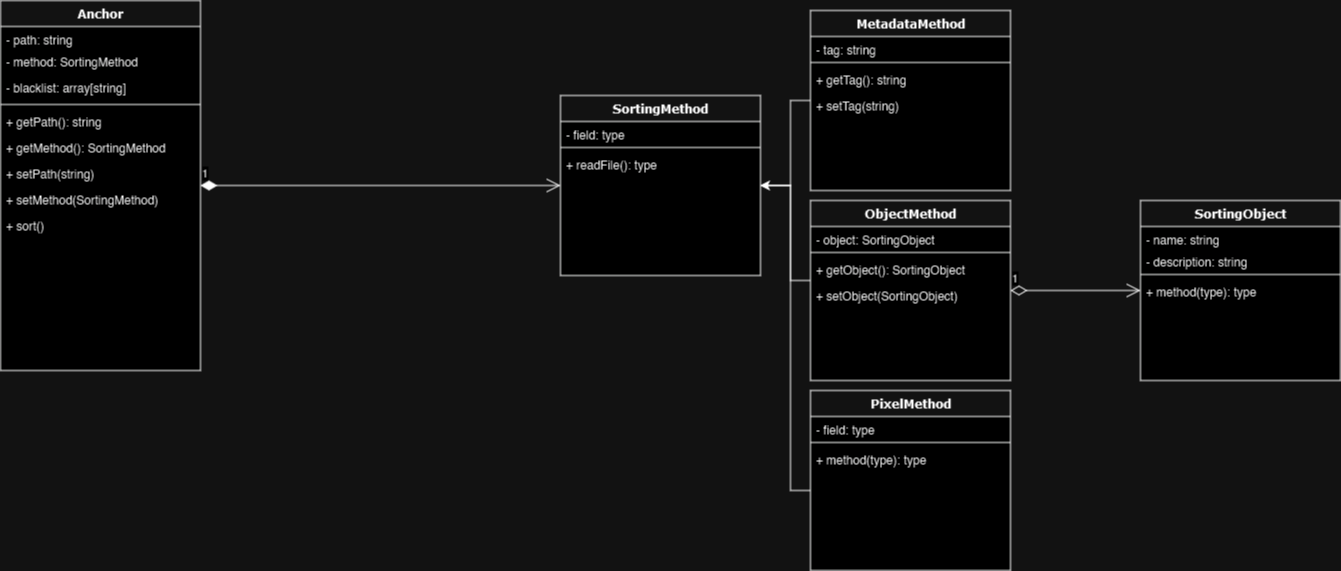
The draw.io diagram assets/ShutterSort-Class-Diagram.png in m-riley04/ShutterSort, before a commit. Source tidied: cells renumbered, new cells last; positions are measured from the earlier drawing's top-left corner, leaving out a move shared by most shapes. Source of this version:
```xml
<mxGraphModel>
  <root>
    <mxCell id="0" />
    <mxCell id="1" parent="0" />
    <mxCell id="2" value="Anchor" style="swimlane;html=1;fontStyle=1;align=center;verticalAlign=top;horizontal=1;startSize=26;swimlaneFillColor=#ffffff;rounded=0;shadow=0;comic=0;labelBackgroundColor=none;strokeWidth=1;fillColor=none;fontFamily=Verdana;fontSize=12;" parent="1" vertex="1">
      <mxGeometry width="200" height="370" as="geometry" />
    </mxCell>
    <mxCell id="3" value="- path: string&lt;span style=&quot;white-space: pre;&quot;&gt;&#9;&lt;/span&gt;" style="text;html=1;strokeColor=none;fillColor=none;align=left;verticalAlign=top;spacingLeft=4;spacingRight=4;whiteSpace=wrap;overflow=hidden;" parent="2" vertex="1">
      <mxGeometry y="26" width="200" height="22" as="geometry" />
    </mxCell>
    <mxCell id="4" value="- method: SortingMethod" style="text;html=1;strokeColor=none;fillColor=none;align=left;verticalAlign=top;spacingLeft=4;spacingRight=4;whiteSpace=wrap;overflow=hidden;" parent="2" vertex="1">
      <mxGeometry y="48" width="200" height="26" as="geometry" />
    </mxCell>
    <mxCell id="5" value="- blacklist: array[string]" style="text;html=1;strokeColor=none;fillColor=none;align=left;verticalAlign=top;spacingLeft=4;spacingRight=4;whiteSpace=wrap;overflow=hidden;" parent="2" vertex="1">
      <mxGeometry y="74" width="200" height="26" as="geometry" />
    </mxCell>
    <mxCell id="6" style="line;html=1;strokeWidth=1;fillColor=none;align=left;verticalAlign=middle;spacingTop=-1;spacingLeft=3;spacingRight=3;labelPosition=right;" parent="2" vertex="1">
      <mxGeometry y="100" width="200" height="8" as="geometry" />
    </mxCell>
    <mxCell id="7" value="+ getPath(): string" style="text;html=1;strokeColor=none;fillColor=none;align=left;verticalAlign=top;spacingLeft=4;spacingRight=4;whiteSpace=wrap;overflow=hidden;" parent="2" vertex="1">
      <mxGeometry y="108" width="200" height="26" as="geometry" />
    </mxCell>
    <mxCell id="8" value="+ getMethod(): SortingMethod" style="text;html=1;strokeColor=none;fillColor=none;align=left;verticalAlign=top;spacingLeft=4;spacingRight=4;whiteSpace=wrap;overflow=hidden;" parent="2" vertex="1">
      <mxGeometry y="134" width="200" height="26" as="geometry" />
    </mxCell>
    <mxCell id="9" value="+ setPath(string)" style="text;html=1;strokeColor=none;fillColor=none;align=left;verticalAlign=top;spacingLeft=4;spacingRight=4;whiteSpace=wrap;overflow=hidden;" parent="2" vertex="1">
      <mxGeometry y="160" width="200" height="26" as="geometry" />
    </mxCell>
    <mxCell id="10" value="+ setMethod(SortingMethod)" style="text;html=1;strokeColor=none;fillColor=none;align=left;verticalAlign=top;spacingLeft=4;spacingRight=4;whiteSpace=wrap;overflow=hidden;" parent="2" vertex="1">
      <mxGeometry y="186" width="200" height="26" as="geometry" />
    </mxCell>
    <mxCell id="11" value="&lt;div&gt;+ sort()&lt;/div&gt;" style="text;html=1;strokeColor=none;fillColor=none;align=left;verticalAlign=top;spacingLeft=4;spacingRight=4;whiteSpace=wrap;overflow=hidden;" parent="2" vertex="1">
      <mxGeometry y="212" width="200" height="26" as="geometry" />
    </mxCell>
    <mxCell id="12" style="edgeStyle=orthogonalEdgeStyle;rounded=0;jettySize=auto;html=1;" parent="1" edge="1" source="19" target="15">
      <mxGeometry relative="1" as="geometry">
        <Array as="points">
          <mxPoint x="790" y="100" />
          <mxPoint x="790" y="185" />
        </Array>
      </mxGeometry>
    </mxCell>
    <mxCell id="13" style="edgeStyle=orthogonalEdgeStyle;rounded=0;jettySize=auto;html=1;" parent="1" edge="1" source="24" target="15">
      <mxGeometry relative="1" as="geometry">
        <Array as="points">
          <mxPoint x="790" y="280" />
          <mxPoint x="790" y="185" />
        </Array>
      </mxGeometry>
    </mxCell>
    <mxCell id="14" style="edgeStyle=orthogonalEdgeStyle;rounded=0;jettySize=auto;html=1;" parent="1" edge="1" source="29" target="15">
      <mxGeometry relative="1" as="geometry">
        <Array as="points">
          <mxPoint x="790" y="490" />
          <mxPoint x="790" y="185" />
        </Array>
      </mxGeometry>
    </mxCell>
    <mxCell id="15" value="SortingMethod" style="swimlane;html=1;fontStyle=1;align=center;verticalAlign=top;horizontal=1;startSize=26;swimlaneFillColor=#ffffff;rounded=0;shadow=0;comic=0;labelBackgroundColor=none;strokeWidth=1;fillColor=none;fontFamily=Verdana;fontSize=12;" parent="1" vertex="1">
      <mxGeometry x="560" y="95" width="200" height="180" as="geometry" />
    </mxCell>
    <mxCell id="16" value="- field: type" style="text;html=1;strokeColor=none;fillColor=none;align=left;verticalAlign=top;spacingLeft=4;spacingRight=4;whiteSpace=wrap;overflow=hidden;" parent="15" vertex="1">
      <mxGeometry y="26" width="200" height="22" as="geometry" />
    </mxCell>
    <mxCell id="17" style="line;html=1;strokeWidth=1;fillColor=none;align=left;verticalAlign=middle;spacingTop=-1;spacingLeft=3;spacingRight=3;labelPosition=right;" parent="15" vertex="1">
      <mxGeometry y="48" width="200" height="8" as="geometry" />
    </mxCell>
    <mxCell id="18" value="+ readFile(): type" style="text;html=1;strokeColor=none;fillColor=none;align=left;verticalAlign=top;spacingLeft=4;spacingRight=4;whiteSpace=wrap;overflow=hidden;" parent="15" vertex="1">
      <mxGeometry y="56" width="200" height="26" as="geometry" />
    </mxCell>
    <mxCell id="19" value="MetadataMethod" style="swimlane;html=1;fontStyle=1;align=center;verticalAlign=top;horizontal=1;startSize=26;swimlaneFillColor=#ffffff;rounded=0;shadow=0;comic=0;labelBackgroundColor=none;strokeWidth=1;fillColor=none;fontFamily=Verdana;fontSize=12;" parent="1" vertex="1">
      <mxGeometry x="810" y="10" width="200" height="180" as="geometry" />
    </mxCell>
    <mxCell id="20" value="- tag: string&lt;span style=&quot;white-space: pre;&quot;&gt;&#9;&lt;/span&gt;" style="text;html=1;strokeColor=none;fillColor=none;align=left;verticalAlign=top;spacingLeft=4;spacingRight=4;whiteSpace=wrap;overflow=hidden;" parent="19" vertex="1">
      <mxGeometry y="26" width="200" height="22" as="geometry" />
    </mxCell>
    <mxCell id="21" style="line;html=1;strokeWidth=1;fillColor=none;align=left;verticalAlign=middle;spacingTop=-1;spacingLeft=3;spacingRight=3;labelPosition=right;" parent="19" vertex="1">
      <mxGeometry y="48" width="200" height="8" as="geometry" />
    </mxCell>
    <mxCell id="22" value="&lt;div&gt;+ getTag(): string&lt;/div&gt;" style="text;html=1;strokeColor=none;fillColor=none;align=left;verticalAlign=top;spacingLeft=4;spacingRight=4;whiteSpace=wrap;overflow=hidden;" parent="19" vertex="1">
      <mxGeometry y="56" width="200" height="26" as="geometry" />
    </mxCell>
    <mxCell id="23" value="&lt;div&gt;+ setTag(string)&lt;br&gt;&lt;/div&gt;" style="text;html=1;strokeColor=none;fillColor=none;align=left;verticalAlign=top;spacingLeft=4;spacingRight=4;whiteSpace=wrap;overflow=hidden;" parent="19" vertex="1">
      <mxGeometry y="82" width="200" height="26" as="geometry" />
    </mxCell>
    <mxCell id="24" value="ObjectMethod" style="swimlane;html=1;fontStyle=1;align=center;verticalAlign=top;horizontal=1;startSize=26;swimlaneFillColor=#ffffff;rounded=0;shadow=0;comic=0;labelBackgroundColor=none;strokeWidth=1;fillColor=none;fontFamily=Verdana;fontSize=12;" parent="1" vertex="1">
      <mxGeometry x="810" y="200" width="200" height="180" as="geometry" />
    </mxCell>
    <mxCell id="25" value="- object: SortingObject" style="text;html=1;strokeColor=none;fillColor=none;align=left;verticalAlign=top;spacingLeft=4;spacingRight=4;whiteSpace=wrap;overflow=hidden;" parent="24" vertex="1">
      <mxGeometry y="26" width="200" height="22" as="geometry" />
    </mxCell>
    <mxCell id="26" style="line;html=1;strokeWidth=1;fillColor=none;align=left;verticalAlign=middle;spacingTop=-1;spacingLeft=3;spacingRight=3;labelPosition=right;" parent="24" vertex="1">
      <mxGeometry y="48" width="200" height="8" as="geometry" />
    </mxCell>
    <mxCell id="27" value="+ getObject(): SortingObject" style="text;html=1;strokeColor=none;fillColor=none;align=left;verticalAlign=top;spacingLeft=4;spacingRight=4;whiteSpace=wrap;overflow=hidden;" parent="24" vertex="1">
      <mxGeometry y="56" width="200" height="26" as="geometry" />
    </mxCell>
    <mxCell id="28" value="&lt;div&gt;+ setObject(SortingObject)&lt;/div&gt;" style="text;html=1;strokeColor=none;fillColor=none;align=left;verticalAlign=top;spacingLeft=4;spacingRight=4;whiteSpace=wrap;overflow=hidden;" parent="24" vertex="1">
      <mxGeometry y="82" width="200" height="26" as="geometry" />
    </mxCell>
    <mxCell id="29" value="PixelMethod" style="swimlane;html=1;fontStyle=1;align=center;verticalAlign=top;horizontal=1;startSize=26;swimlaneFillColor=#ffffff;rounded=0;shadow=0;comic=0;labelBackgroundColor=none;strokeWidth=1;fillColor=none;fontFamily=Verdana;fontSize=12;" parent="1" vertex="1">
      <mxGeometry x="810" y="390" width="200" height="180" as="geometry" />
    </mxCell>
    <mxCell id="30" value="- field: type" style="text;html=1;strokeColor=none;fillColor=none;align=left;verticalAlign=top;spacingLeft=4;spacingRight=4;whiteSpace=wrap;overflow=hidden;" parent="29" vertex="1">
      <mxGeometry y="26" width="200" height="22" as="geometry" />
    </mxCell>
    <mxCell id="31" style="line;html=1;strokeWidth=1;fillColor=none;align=left;verticalAlign=middle;spacingTop=-1;spacingLeft=3;spacingRight=3;labelPosition=right;" parent="29" vertex="1">
      <mxGeometry y="48" width="200" height="8" as="geometry" />
    </mxCell>
    <mxCell id="32" value="+ method(type): type" style="text;html=1;strokeColor=none;fillColor=none;align=left;verticalAlign=top;spacingLeft=4;spacingRight=4;whiteSpace=wrap;overflow=hidden;" parent="29" vertex="1">
      <mxGeometry y="56" width="200" height="26" as="geometry" />
    </mxCell>
    <mxCell id="33" value="1" style="endArrow=open;html=1;endSize=12;startArrow=diamondThin;startSize=14;startFill=1;edgeStyle=orthogonalEdgeStyle;align=left;verticalAlign=bottom;rounded=0;" parent="1" edge="1" source="2" target="15">
      <mxGeometry x="-1" y="3" relative="1" as="geometry" />
    </mxCell>
    <mxCell id="34" value="SortingObject" style="swimlane;html=1;fontStyle=1;align=center;verticalAlign=top;horizontal=1;startSize=26;swimlaneFillColor=#ffffff;rounded=0;shadow=0;comic=0;labelBackgroundColor=none;strokeWidth=1;fillColor=none;fontFamily=Verdana;fontSize=12;" parent="1" vertex="1">
      <mxGeometry x="1140" y="200" width="200" height="180" as="geometry" />
    </mxCell>
    <mxCell id="35" value="- name: string&lt;span style=&quot;white-space: pre;&quot;&gt;&#9;&lt;/span&gt;" style="text;html=1;strokeColor=none;fillColor=none;align=left;verticalAlign=top;spacingLeft=4;spacingRight=4;whiteSpace=wrap;overflow=hidden;" parent="34" vertex="1">
      <mxGeometry y="26" width="200" height="22" as="geometry" />
    </mxCell>
    <mxCell id="36" value="- description: string&lt;span style=&quot;white-space: pre;&quot;&gt;&#9;&lt;/span&gt;" style="text;html=1;strokeColor=none;fillColor=none;align=left;verticalAlign=top;spacingLeft=4;spacingRight=4;whiteSpace=wrap;overflow=hidden;" parent="34" vertex="1">
      <mxGeometry y="48" width="200" height="22" as="geometry" />
    </mxCell>
    <mxCell id="37" style="line;html=1;strokeWidth=1;fillColor=none;align=left;verticalAlign=middle;spacingTop=-1;spacingLeft=3;spacingRight=3;labelPosition=right;" parent="34" vertex="1">
      <mxGeometry y="70" width="200" height="8" as="geometry" />
    </mxCell>
    <mxCell id="38" value="+ method(type): type" style="text;html=1;strokeColor=none;fillColor=none;align=left;verticalAlign=top;spacingLeft=4;spacingRight=4;whiteSpace=wrap;overflow=hidden;" parent="34" vertex="1">
      <mxGeometry y="78" width="200" height="26" as="geometry" />
    </mxCell>
    <mxCell id="39" value="1" style="endArrow=open;html=1;endSize=12;startArrow=diamondThin;startSize=14;startFill=0;edgeStyle=orthogonalEdgeStyle;align=left;verticalAlign=bottom;rounded=0;" parent="1" edge="1" source="24" target="34">
      <mxGeometry x="-1" y="3" relative="1" as="geometry" />
    </mxCell>
  </root>
</mxGraphModel>
```
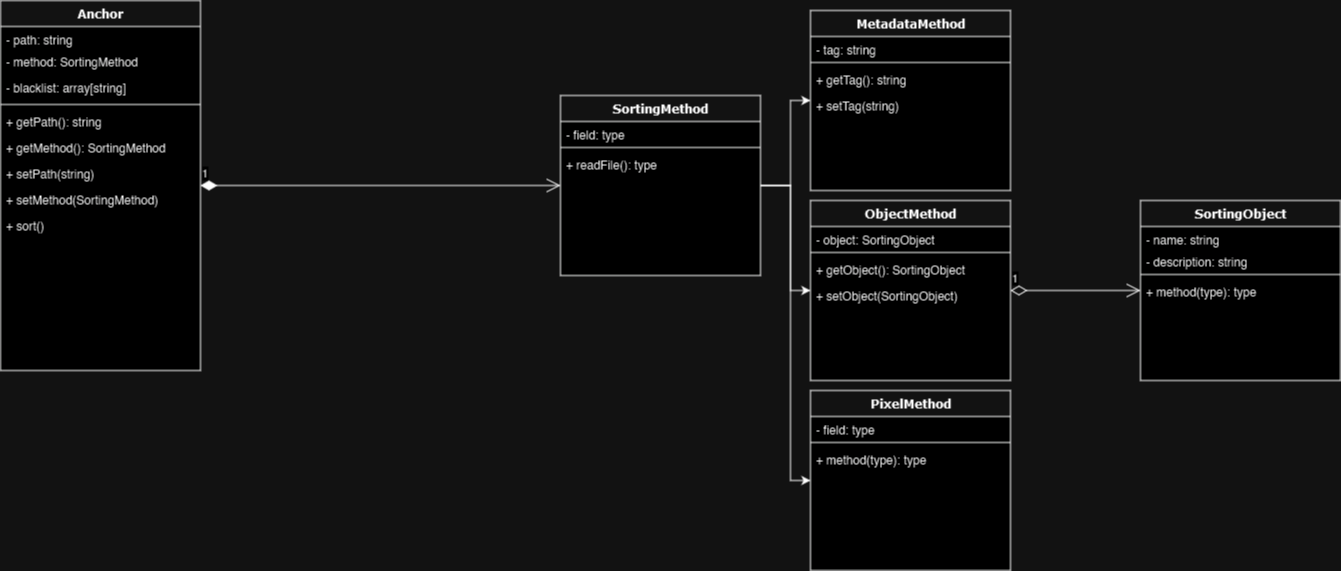
The same diagram one commit later.

Commit message:
Edit class diagram

Change to the diagram source:
```diff
@@ -32,30 +32,30 @@
     <mxCell id="11" value="&lt;div&gt;+ sort()&lt;/div&gt;" style="text;html=1;strokeColor=none;fillColor=none;align=left;verticalAlign=top;spacingLeft=4;spacingRight=4;whiteSpace=wrap;overflow=hidden;" parent="2" vertex="1">
       <mxGeometry y="212" width="200" height="26" as="geometry" />
     </mxCell>
-    <mxCell id="12" style="edgeStyle=orthogonalEdgeStyle;rounded=0;jettySize=auto;html=1;" parent="1" edge="1" source="19" target="15">
-      <mxGeometry relative="1" as="geometry">
-        <Array as="points">
-          <mxPoint x="790" y="100" />
-          <mxPoint x="790" y="185" />
-        </Array>
-      </mxGeometry>
-    </mxCell>
-    <mxCell id="13" style="edgeStyle=orthogonalEdgeStyle;rounded=0;jettySize=auto;html=1;" parent="1" edge="1" source="24" target="15">
-      <mxGeometry relative="1" as="geometry">
-        <Array as="points">
-          <mxPoint x="790" y="280" />
-          <mxPoint x="790" y="185" />
-        </Array>
-      </mxGeometry>
-    </mxCell>
-    <mxCell id="14" style="edgeStyle=orthogonalEdgeStyle;rounded=0;jettySize=auto;html=1;" parent="1" edge="1" source="29" target="15">
-      <mxGeometry relative="1" as="geometry">
-        <Array as="points">
-          <mxPoint x="790" y="490" />
-          <mxPoint x="790" y="185" />
-        </Array>
-      </mxGeometry>
-    </mxCell>
+    <mxCell id="40" style="edgeStyle=orthogonalEdgeStyle;rounded=0;jettySize=auto;html=1;" parent="1" edge="1" source="15" target="24">
+      <mxGeometry relative="1" as="geometry">
+        <Array as="points">
+          <mxPoint x="790" y="185" />
+          <mxPoint x="790" y="290" />
+        </Array>
+      </mxGeometry>
+    </mxCell>
+    <mxCell id="41" style="edgeStyle=orthogonalEdgeStyle;rounded=0;jettySize=auto;html=1;" parent="1" edge="1" source="15" target="29">
+      <mxGeometry relative="1" as="geometry">
+        <Array as="points">
+          <mxPoint x="790" y="185" />
+          <mxPoint x="790" y="480" />
+        </Array>
+      </mxGeometry>
+    </mxCell>
+    <mxCell id="42" style="edgeStyle=orthogonalEdgeStyle;rounded=0;jettySize=auto;html=1;" parent="1" edge="1" source="15" target="19">
+      <mxGeometry relative="1" as="geometry">
+        <Array as="points">
+          <mxPoint x="790" y="185" />
+          <mxPoint x="790" y="100" />
+        </Array>
+      </mxGeometry>
+    </mxCell>
     <mxCell id="15" value="SortingMethod" style="swimlane;html=1;fontStyle=1;align=center;verticalAlign=top;horizontal=1;startSize=26;swimlaneFillColor=#ffffff;rounded=0;shadow=0;comic=0;labelBackgroundColor=none;strokeWidth=1;fillColor=none;fontFamily=Verdana;fontSize=12;" parent="1" vertex="1">
       <mxGeometry x="560" y="95" width="200" height="180" as="geometry" />
     </mxCell>
```
